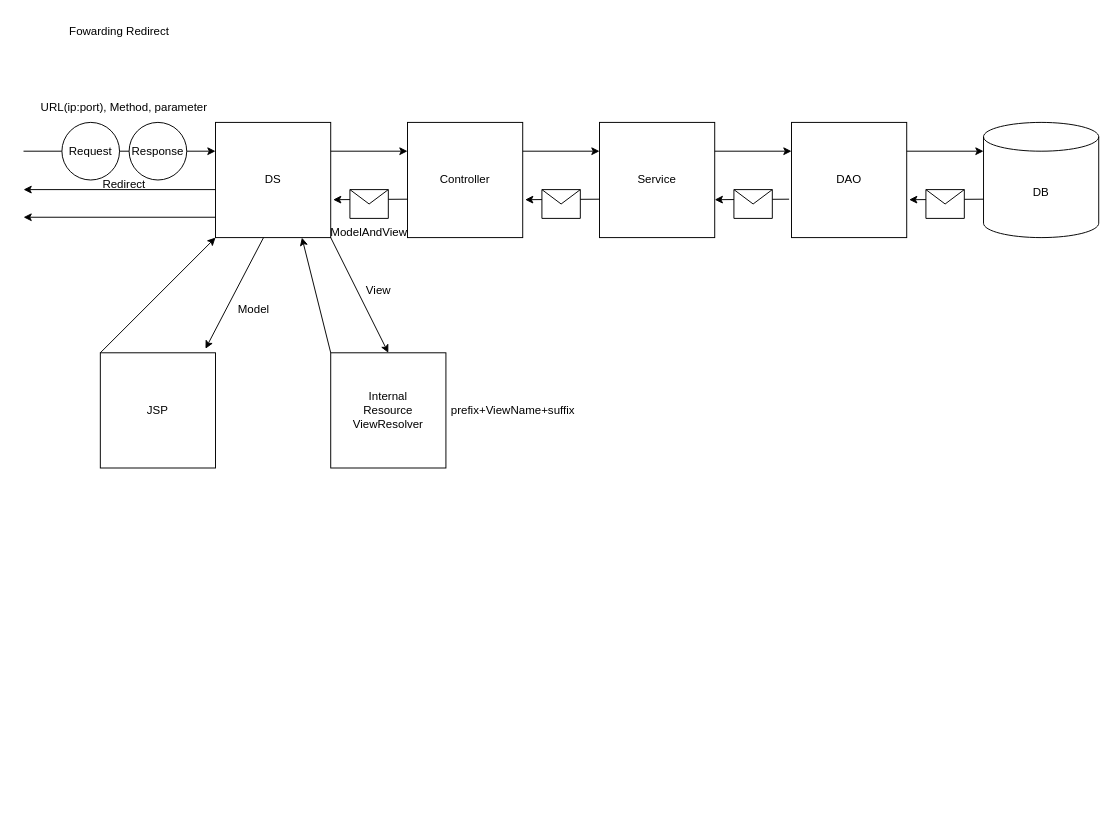
This is page "페이지-1" (1 of 3) of 제목 없는 다이어그램.drawio from WooheeKim/GDJ60_Spring, a draw.io file, before an edit. Source tidied: cells renumbered, new cells numbered last; positions are measured from the earlier drawing's top-left corner, leaving out a move shared by most shapes. Both pictures are drawn from the tidied source at 96%, with x=0, y=0 at pixel (23, 16).
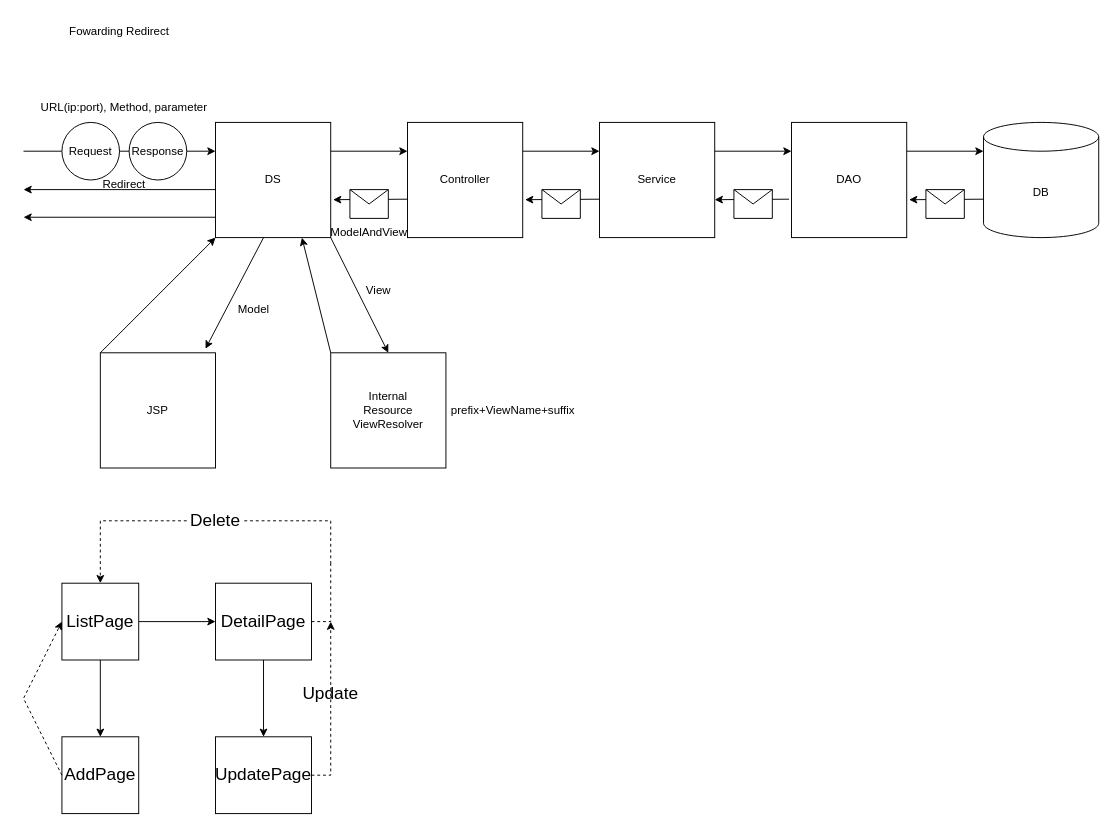
The same page after the edit.

Commit message:
제목 없는 다이어그램.drawio 업데이트

Change to the diagram source:
```diff
@@
+    <mxCell id="40" style="edgeStyle=orthogonalEdgeStyle;rounded=0;jettySize=auto;html=1;exitX=1;exitY=0.5;exitDx=0;exitDy=0;entryX=0;entryY=0.5;entryDx=0;entryDy=0;fontSize=18;" parent="1" edge="1" source="42" target="44">
+      <mxGeometry relative="1" as="geometry" />
+    </mxCell>
+    <mxCell id="41" style="edgeStyle=orthogonalEdgeStyle;rounded=0;jettySize=auto;html=1;fontSize=18;" parent="1" edge="1" source="42" target="45">
+      <mxGeometry relative="1" as="geometry" />
+    </mxCell>
+    <mxCell id="42" value="ListPage" style="rounded=0;whiteSpace=wrap;html=1;fontSize=18;" parent="1" vertex="1">
+      <mxGeometry x="40" y="590" width="80" height="80" as="geometry" />
+    </mxCell>
+    <mxCell id="43" style="edgeStyle=orthogonalEdgeStyle;rounded=0;jettySize=auto;html=1;exitX=0.5;exitY=1;exitDx=0;exitDy=0;entryX=0.5;entryY=0;entryDx=0;entryDy=0;fontSize=18;" parent="1" edge="1" source="44" target="49">
+      <mxGeometry relative="1" as="geometry" />
+    </mxCell>
+    <mxCell id="44" value="DetailPage" style="rounded=0;whiteSpace=wrap;html=1;fontSize=18;" parent="1" vertex="1">
+      <mxGeometry x="200" y="590" width="100" height="80" as="geometry" />
+    </mxCell>
+    <mxCell id="45" value="AddPage" style="rounded=0;whiteSpace=wrap;html=1;fontSize=18;" parent="1" vertex="1">
+      <mxGeometry x="40" y="750" width="80" height="80" as="geometry" />
+    </mxCell>
+    <mxCell id="46" style="endArrow=classic;html=1;rounded=0;fontSize=18;exitX=0;exitY=0.5;exitDx=0;exitDy=0;entryX=0;entryY=0.5;entryDx=0;entryDy=0;dashed=1;" parent="1" edge="1" source="45" target="42">
+      <mxGeometry relative="1" as="geometry">
+        <Array as="points">
+          <mxPoint y="710" />
+        </Array>
+      </mxGeometry>
+    </mxCell>
+    <mxCell id="47" style="endArrow=classic;html=1;rounded=0;fontSize=18;entryX=0.5;entryY=0;entryDx=0;entryDy=0;startArrow=none;dashed=1;" parent="1" edge="1" source="52" target="42">
+      <mxGeometry relative="1" as="geometry">
+        <Array as="points">
+          <mxPoint x="80" y="525" />
+        </Array>
+      </mxGeometry>
+    </mxCell>
+    <mxCell id="48" style="endArrow=none;html=1;rounded=0;fontSize=18;exitX=1;exitY=0.5;exitDx=0;exitDy=0;dashed=1;" parent="1" edge="1" source="44">
+      <mxGeometry relative="1" as="geometry">
+        <mxPoint x="320" y="570" as="targetPoint" />
+        <Array as="points">
+          <mxPoint x="320" y="630" />
+          <mxPoint x="320" y="600" />
+        </Array>
+      </mxGeometry>
+    </mxCell>
+    <mxCell id="49" value="UpdatePage" style="rounded=0;whiteSpace=wrap;html=1;fontSize=18;" parent="1" vertex="1">
+      <mxGeometry x="200" y="750" width="100" height="80" as="geometry" />
+    </mxCell>
+    <mxCell id="50" style="endArrow=classic;html=1;rounded=0;fontSize=18;exitX=1;exitY=0.5;exitDx=0;exitDy=0;dashed=1;" parent="1" edge="1" source="49">
+      <mxGeometry relative="1" as="geometry">
+        <mxPoint x="320" y="630" as="targetPoint" />
+        <Array as="points">
+          <mxPoint x="320" y="790" />
+        </Array>
+      </mxGeometry>
+    </mxCell>
+    <mxCell id="51" style="endArrow=none;html=1;rounded=0;fontSize=18;entryX=1;entryY=0.5;entryDx=0;entryDy=0;startArrow=none;dashed=1;" parent="1" edge="1" target="52">
+      <mxGeometry relative="1" as="geometry">
+        <mxPoint x="320" y="570" as="sourcePoint" />
+        <Array as="points">
+          <mxPoint x="320" y="525" />
+        </Array>
+      </mxGeometry>
+    </mxCell>
+    <mxCell id="52" value="Delete" style="text;html=1;strokeColor=none;fillColor=none;align=center;verticalAlign=middle;whiteSpace=wrap;rounded=0;fontSize=18;" parent="1" vertex="1">
+      <mxGeometry x="170" y="510" width="60" height="30" as="geometry" />
+    </mxCell>
+    <mxCell id="53" value="Update" style="text;html=1;strokeColor=none;fillColor=none;align=center;verticalAlign=middle;whiteSpace=wrap;rounded=0;fontSize=18;" parent="1" vertex="1">
+      <mxGeometry x="290" y="690" width="60" height="30" as="geometry" />
+    </mxCell>
```
